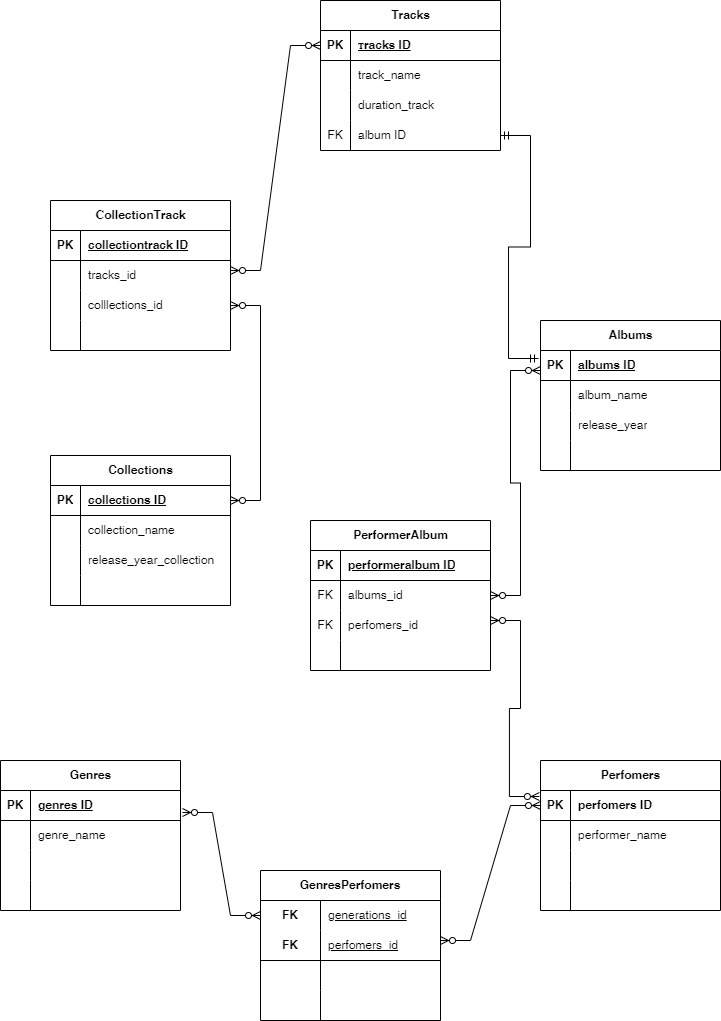
Above: HWDB.png in KatayVA/Database (draw.io), before the change. Source tidied: cells renumbered, new cells last; positions are measured from the earlier drawing's top-left corner, leaving out a move shared by most shapes.
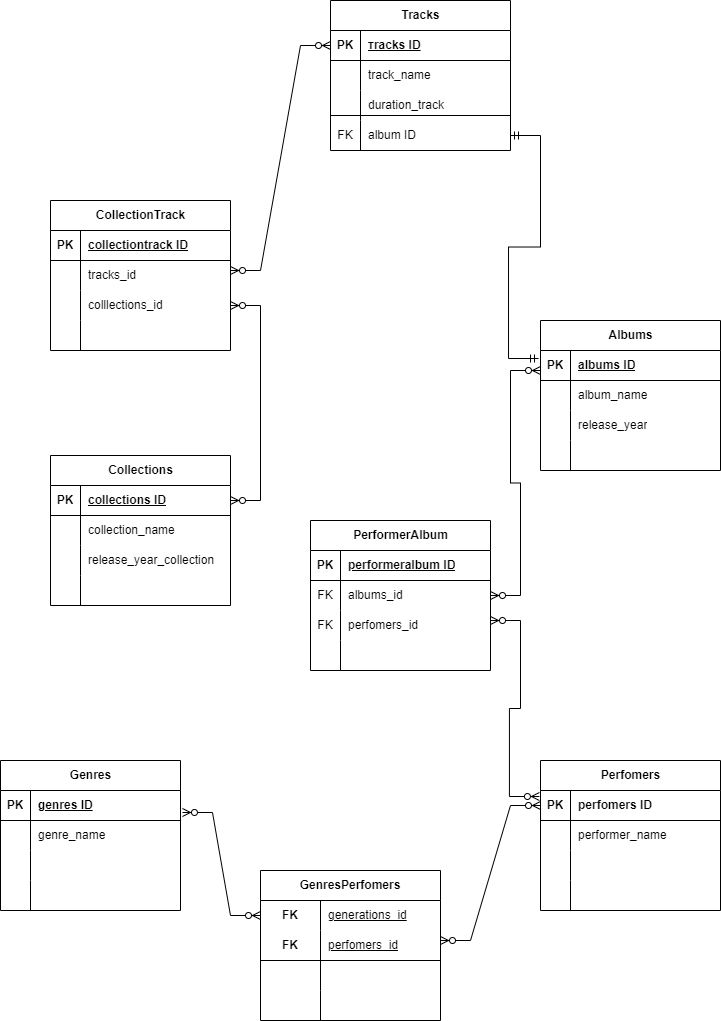
After the commit.

Diff of the diagram source:
```diff
@@ -193,7 +193,7 @@
       </mxGeometry>
     </mxCell>
     <mxCell id="58" value="Tracks" style="shape=table;startSize=30;rowLines=0;fontStyle=1;align=center;html=1;" parent="1" vertex="1">
-      <mxGeometry x="320" width="180" height="150" as="geometry" />
+      <mxGeometry x="330" width="180" height="150" as="geometry" />
     </mxCell>
     <mxCell id="59" style="shape=tableRow;horizontal=0;startSize=0;swimlaneHead=0;swimlaneBody=0;fillColor=none;points=[[0,0.5],[1,0.5]];portConstraint=eastwest;top=0;left=0;right=0;bottom=1;" parent="58" vertex="1">
       <mxGeometry y="30" width="180" height="30" as="geometry" />
@@ -364,5 +364,8 @@
     <mxCell id="112" style="shape=partialRectangle;fillColor=none;top=0;left=0;bottom=0;right=0;align=left;spacingLeft=6;overflow=hidden;html=1;whiteSpace=wrap;" parent="110" vertex="1">
       <mxGeometry x="60" width="120" height="30" as="geometry" />
     </mxCell>
+    <mxCell id="113" style="line;strokeWidth=1;dashed=0;labelPosition=right;align=left;verticalAlign=middle;spacingTop=0;spacingLeft=6;" parent="1" vertex="1">
+      <mxGeometry x="330" y="110" width="180" height="10" as="geometry" />
+    </mxCell>
   </root>
 </mxGraphModel>
```
